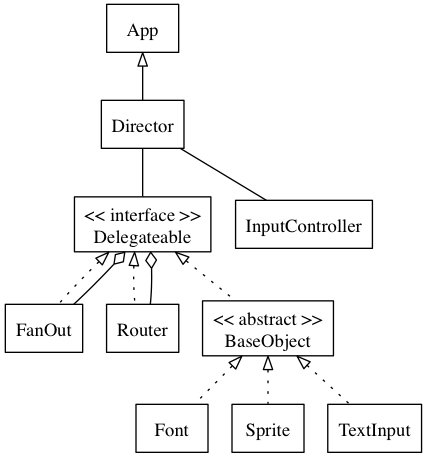
Before: docs/class_diagram.png, a diagram exported from Graphviz (michaelcontento/bono). Its source is kept beside it as docs/class_diagram.dot.
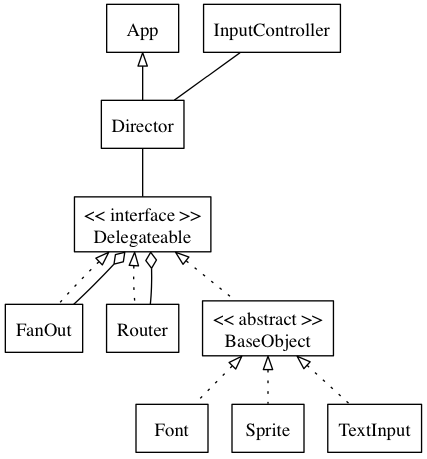
After the change.

Change to the diagram source:
```diff
@@ -3,7 +3,7 @@
 
     subgraph extends {
         edge [dir=back, arrowtail=onormal]
-        App -> Director
+        App -> Director [weight=8]
     }
 
     subgraph aggregations {
@@ -15,7 +15,7 @@
     subgraph relations {
         edge [arrowhead=none]
         Director -> Delegateable [weight=8]
-        Director -> InputController
+        InputController -> Director
     }
 
     subgraph implements {
```
